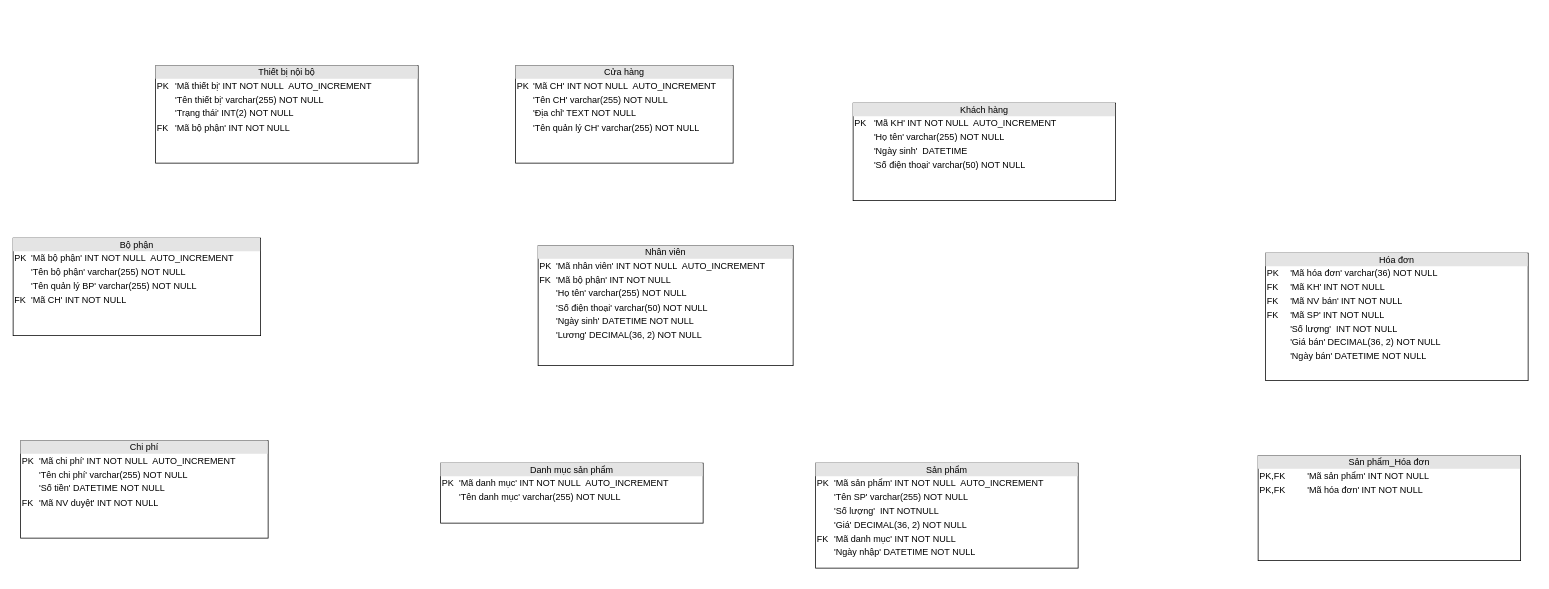
Above: Bieu do du lieu muc logic.drawio in NightFury712/Test (draw.io), before the change. Source tidied: cells renumbered, new cells numbered last; positions are measured from the earlier drawing's top-left corner, leaving out a move shared by most shapes. Both pictures are drawn from the tidied source at 75%, with x=0, y=0 at pixel (13, 65).
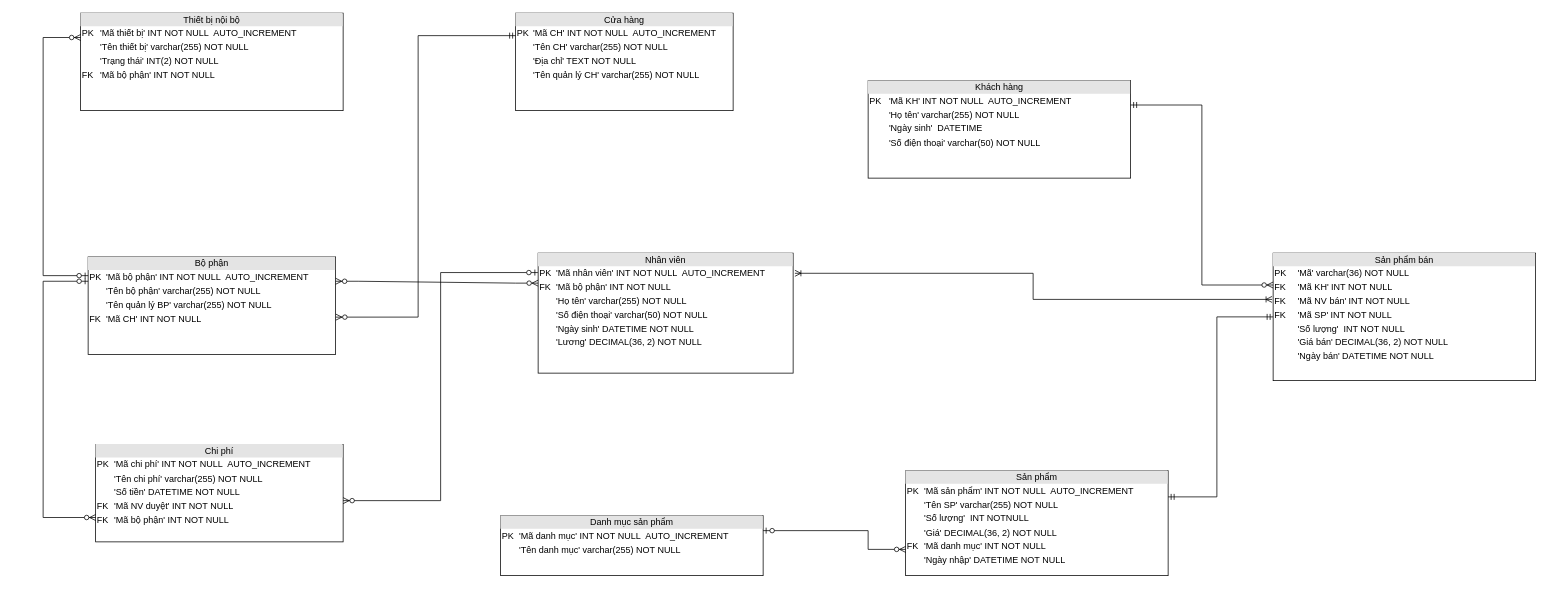
The same diagram, later.

Change to the diagram source:
```diff
@@
     <mxCell id="2" value="&lt;div style=&quot;text-align: center ; box-sizing: border-box ; width: 100% ; background: rgb(228 , 228 , 228) ; padding: 2px&quot;&gt;Thiết bị nội bộ&lt;/div&gt;&lt;table style=&quot;width: 100% ; font-size: 1em&quot; cellpadding=&quot;2&quot; cellspacing=&quot;0&quot;&gt;&lt;tbody&gt;&lt;tr&gt;&lt;td&gt;PK&lt;/td&gt;&lt;td&gt;'Mã thiết bị' INT NOT NULL&amp;nbsp; AUTO_INCREMENT&lt;/td&gt;&lt;/tr&gt;&lt;tr&gt;&lt;td&gt;&lt;span style=&quot;white-space: pre&quot;&gt; &lt;/span&gt;&lt;br&gt;&lt;/td&gt;&lt;td&gt;'Tên thiết bị' varchar(255) NOT NULL&lt;/td&gt;&lt;/tr&gt;&lt;tr&gt;&lt;td&gt;&lt;br&gt;&lt;/td&gt;&lt;td&gt;'Trạng thái' INT(2) NOT NULL&lt;br&gt;&lt;/td&gt;&lt;/tr&gt;&lt;tr&gt;&lt;td&gt;FK&lt;/td&gt;&lt;td&gt;'Mã bộ phận' INT NOT NULL&lt;/td&gt;&lt;/tr&gt;&lt;/tbody&gt;&lt;/table&gt;" style="verticalAlign=top;align=left;overflow=fill;html=1;strokeColor=default;" parent="1" vertex="1">
-      <mxGeometry x="190" width="350" height="130" as="geometry" />
+      <mxGeometry x="90" y="-70" width="350" height="130" as="geometry" />
     </mxCell>
     <mxCell id="3" value="&lt;div style=&quot;text-align: center ; box-sizing: border-box ; width: 100% ; background: rgb(228 , 228 , 228) ; padding: 2px&quot;&gt;Cửa hàng&lt;/div&gt;&lt;table style=&quot;width: 100% ; font-size: 1em&quot; cellpadding=&quot;2&quot; cellspacing=&quot;0&quot;&gt;&lt;tbody&gt;&lt;tr&gt;&lt;td&gt;PK&lt;/td&gt;&lt;td&gt;'Mã CH' INT NOT NULL&amp;nbsp; AUTO_INCREMENT&lt;/td&gt;&lt;/tr&gt;&lt;tr&gt;&lt;td&gt;&lt;span style=&quot;white-space: pre&quot;&gt; &lt;/span&gt;&lt;br&gt;&lt;/td&gt;&lt;td&gt;'Tên CH' varchar(255) NOT NULL&amp;nbsp;&lt;/td&gt;&lt;/tr&gt;&lt;tr&gt;&lt;td&gt;&lt;br&gt;&lt;/td&gt;&lt;td&gt;'Địa chỉ' TEXT NOT NULL&lt;br&gt;&lt;/td&gt;&lt;/tr&gt;&lt;tr&gt;&lt;td&gt;&lt;br&gt;&lt;/td&gt;&lt;td&gt;'Tên quản lý CH' varchar(255) NOT NULL&lt;/td&gt;&lt;/tr&gt;&lt;/tbody&gt;&lt;/table&gt;" style="verticalAlign=top;align=left;overflow=fill;html=1;strokeColor=default;" parent="1" vertex="1">
-      <mxGeometry x="670" width="290" height="130" as="geometry" />
+      <mxGeometry x="670" y="-70" width="290" height="130" as="geometry" />
     </mxCell>
     <mxCell id="4" value="&lt;div style=&quot;text-align: center ; box-sizing: border-box ; width: 100% ; background: rgb(228 , 228 , 228) ; padding: 2px&quot;&gt;Khách hàng&lt;/div&gt;&lt;table style=&quot;width: 100% ; font-size: 1em&quot; cellpadding=&quot;2&quot; cellspacing=&quot;0&quot;&gt;&lt;tbody&gt;&lt;tr&gt;&lt;td&gt;PK&lt;/td&gt;&lt;td&gt;'Mã KH' INT NOT NULL&amp;nbsp; AUTO_INCREMENT&lt;/td&gt;&lt;/tr&gt;&lt;tr&gt;&lt;td&gt;&lt;span style=&quot;white-space: pre&quot;&gt; &lt;/span&gt;&lt;br&gt;&lt;/td&gt;&lt;td&gt;'Họ tên' varchar(255) NOT NULL&amp;nbsp;&lt;/td&gt;&lt;/tr&gt;&lt;tr&gt;&lt;td&gt;&lt;br&gt;&lt;/td&gt;&lt;td&gt;'Ngày sinh'&amp;nbsp; DATETIME&lt;br&gt;&lt;/td&gt;&lt;/tr&gt;&lt;tr&gt;&lt;td&gt;&lt;br&gt;&lt;/td&gt;&lt;td&gt;'Số điện thoại' varchar(50) NOT NULL&lt;/td&gt;&lt;/tr&gt;&lt;/tbody&gt;&lt;/table&gt;" style="verticalAlign=top;align=left;overflow=fill;html=1;strokeColor=default;" parent="1" vertex="1">
-      <mxGeometry x="1120" y="50" width="350" height="130" as="geometry" />
+      <mxGeometry x="1140" y="20" width="350" height="130" as="geometry" />
     </mxCell>
     <mxCell id="5" value="&lt;div style=&quot;text-align: center ; box-sizing: border-box ; width: 100% ; background: rgb(228 , 228 , 228) ; padding: 2px&quot;&gt;Bộ phận&lt;/div&gt;&lt;table style=&quot;width: 100% ; font-size: 1em&quot; cellpadding=&quot;2&quot; cellspacing=&quot;0&quot;&gt;&lt;tbody&gt;&lt;tr&gt;&lt;td&gt;PK&lt;/td&gt;&lt;td&gt;'Mã bộ phận' INT NOT NULL&amp;nbsp; AUTO_INCREMENT&lt;/td&gt;&lt;/tr&gt;&lt;tr&gt;&lt;td&gt;&lt;span style=&quot;white-space: pre&quot;&gt; &lt;/span&gt;&lt;br&gt;&lt;/td&gt;&lt;td&gt;'Tên bộ phận' varchar(255) NOT NULL&amp;nbsp;&lt;/td&gt;&lt;/tr&gt;&lt;tr&gt;&lt;td&gt;&lt;br&gt;&lt;/td&gt;&lt;td&gt;'Tên quản lý BP' varchar(255) NOT NULL&lt;br&gt;&lt;/td&gt;&lt;/tr&gt;&lt;tr&gt;&lt;td&gt;FK&lt;/td&gt;&lt;td&gt;'Mã CH' INT NOT NULL&lt;/td&gt;&lt;/tr&gt;&lt;/tbody&gt;&lt;/table&gt;" style="verticalAlign=top;align=left;overflow=fill;html=1;strokeColor=default;" parent="1" vertex="1">
-      <mxGeometry y="230" width="330" height="130" as="geometry" />
+      <mxGeometry x="100" y="255" width="330" height="130" as="geometry" />
     </mxCell>
     <mxCell id="6" value="&lt;div style=&quot;text-align: center ; box-sizing: border-box ; width: 100% ; background: rgb(228 , 228 , 228) ; padding: 2px&quot;&gt;Nhân viên&lt;/div&gt;&lt;table style=&quot;width: 100% ; font-size: 1em&quot; cellpadding=&quot;2&quot; cellspacing=&quot;0&quot;&gt;&lt;tbody&gt;&lt;tr&gt;&lt;td&gt;PK&lt;/td&gt;&lt;td&gt;'Mã nhân viên' INT NOT NULL&amp;nbsp; AUTO_INCREMENT&lt;/td&gt;&lt;/tr&gt;&lt;tr&gt;&lt;td&gt;FK&lt;/td&gt;&lt;td&gt;'Mã bộ phận' INT NOT NULL&lt;/td&gt;&lt;/tr&gt;&lt;tr&gt;&lt;td&gt;&lt;span style=&quot;white-space: pre&quot;&gt; &lt;/span&gt;&lt;br&gt;&lt;/td&gt;&lt;td&gt;'Họ tên' varchar(255) NOT NULL&amp;nbsp;&lt;/td&gt;&lt;/tr&gt;&lt;tr&gt;&lt;td&gt;&lt;br&gt;&lt;/td&gt;&lt;td&gt;'Số điện thoại' varchar(50) NOT NULL&lt;br&gt;&lt;/td&gt;&lt;/tr&gt;&lt;tr&gt;&lt;td&gt;&lt;br&gt;&lt;/td&gt;&lt;td&gt;'Ngày sinh' DATETIME NOT NULL&lt;/td&gt;&lt;/tr&gt;&lt;tr&gt;&lt;td&gt;&lt;br&gt;&lt;/td&gt;&lt;td&gt;'Lương' DECIMAL(36, 2) NOT NULL&lt;/td&gt;&lt;/tr&gt;&lt;/tbody&gt;&lt;/table&gt;" style="verticalAlign=top;align=left;overflow=fill;html=1;strokeColor=default;" parent="1" vertex="1">
-      <mxGeometry x="700" y="240" width="340" height="160" as="geometry" />
+      <mxGeometry x="700" y="250" width="340" height="160" as="geometry" />
     </mxCell>
-    <mxCell id="7" value="&lt;div style=&quot;text-align: center ; box-sizing: border-box ; width: 100% ; background: rgb(228 , 228 , 228) ; padding: 2px&quot;&gt;Chi phí&lt;/div&gt;&lt;table style=&quot;width: 100% ; font-size: 1em&quot; cellpadding=&quot;2&quot; cellspacing=&quot;0&quot;&gt;&lt;tbody&gt;&lt;tr&gt;&lt;td&gt;PK&lt;/td&gt;&lt;td&gt;'Mã chi phí' INT NOT NULL&amp;nbsp; AUTO_INCREMENT&lt;/td&gt;&lt;/tr&gt;&lt;tr&gt;&lt;td&gt;&lt;span style=&quot;white-space: pre&quot;&gt; &lt;/span&gt;&lt;br&gt;&lt;/td&gt;&lt;td&gt;'Tên chi phí' varchar(255) NOT NULL&amp;nbsp;&lt;/td&gt;&lt;/tr&gt;&lt;tr&gt;&lt;td&gt;&lt;br&gt;&lt;/td&gt;&lt;td&gt;'Số tiền' DATETIME NOT NULL&lt;br&gt;&lt;/td&gt;&lt;/tr&gt;&lt;tr&gt;&lt;td&gt;FK&lt;/td&gt;&lt;td&gt;'Mã NV duyệt' INT NOT NULL&lt;/td&gt;&lt;/tr&gt;&lt;/tbody&gt;&lt;/table&gt;" style="verticalAlign=top;align=left;overflow=fill;html=1;strokeColor=default;" parent="1" vertex="1">
-      <mxGeometry x="10" y="500" width="330" height="130" as="geometry" />
+    <mxCell id="7" value="&lt;div style=&quot;text-align: center ; box-sizing: border-box ; width: 100% ; background: rgb(228 , 228 , 228) ; padding: 2px&quot;&gt;Chi phí&lt;/div&gt;&lt;table style=&quot;width: 100% ; font-size: 1em&quot; cellpadding=&quot;2&quot; cellspacing=&quot;0&quot;&gt;&lt;tbody&gt;&lt;tr&gt;&lt;td&gt;PK&lt;/td&gt;&lt;td&gt;'Mã chi phí' INT NOT NULL&amp;nbsp; AUTO_INCREMENT&lt;/td&gt;&lt;/tr&gt;&lt;tr&gt;&lt;td&gt;&lt;span style=&quot;white-space: pre&quot;&gt; &lt;/span&gt;&lt;br&gt;&lt;/td&gt;&lt;td&gt;'Tên chi phí' varchar(255) NOT NULL&amp;nbsp;&lt;/td&gt;&lt;/tr&gt;&lt;tr&gt;&lt;td&gt;&lt;br&gt;&lt;/td&gt;&lt;td&gt;'Số tiền' DATETIME NOT NULL&lt;br&gt;&lt;/td&gt;&lt;/tr&gt;&lt;tr&gt;&lt;td&gt;FK&lt;/td&gt;&lt;td&gt;'Mã NV duyệt' INT NOT NULL&lt;/td&gt;&lt;/tr&gt;&lt;tr&gt;&lt;td&gt;FK&lt;/td&gt;&lt;td&gt;'Mã bộ phận' INT NOT NULL&lt;/td&gt;&lt;/tr&gt;&lt;/tbody&gt;&lt;/table&gt;" style="verticalAlign=top;align=left;overflow=fill;html=1;strokeColor=default;" parent="1" vertex="1">
+      <mxGeometry x="110" y="505" width="330" height="130" as="geometry" />
     </mxCell>
     <mxCell id="8" value="&lt;div style=&quot;text-align: center ; box-sizing: border-box ; width: 100% ; background: rgb(228 , 228 , 228) ; padding: 2px&quot;&gt;Sản phẩm&lt;/div&gt;&lt;table style=&quot;width: 100% ; font-size: 1em&quot; cellpadding=&quot;2&quot; cellspacing=&quot;0&quot;&gt;&lt;tbody&gt;&lt;tr&gt;&lt;td&gt;PK&lt;/td&gt;&lt;td&gt;'Mã sản phẩm' INT NOT NULL&amp;nbsp; AUTO_INCREMENT&lt;/td&gt;&lt;/tr&gt;&lt;tr&gt;&lt;td&gt;&lt;span&gt; &lt;/span&gt;&lt;br&gt;&lt;/td&gt;&lt;td&gt;'Tên SP' varchar(255) NOT NULL&amp;nbsp;&lt;/td&gt;&lt;/tr&gt;&lt;tr&gt;&lt;td&gt;&lt;br&gt;&lt;/td&gt;&lt;td&gt;'Số lượng'&amp;nbsp; INT NOTNULL&lt;br&gt;&lt;/td&gt;&lt;/tr&gt;&lt;tr&gt;&lt;td&gt;&lt;br&gt;&lt;/td&gt;&lt;td&gt;'Giá' DECIMAL(36, 2) NOT NULL&lt;/td&gt;&lt;/tr&gt;&lt;tr&gt;&lt;td&gt;FK&lt;/td&gt;&lt;td&gt;'Mã danh mục' INT NOT NULL&lt;/td&gt;&lt;/tr&gt;&lt;tr&gt;&lt;td&gt;&lt;br&gt;&lt;/td&gt;&lt;td&gt;'Ngày nhập' DATETIME NOT NULL&lt;/td&gt;&lt;/tr&gt;&lt;/tbody&gt;&lt;/table&gt;" style="verticalAlign=top;align=left;overflow=fill;html=1;strokeColor=default;" parent="1" vertex="1">
-      <mxGeometry x="1070" y="530" width="350" height="140" as="geometry" />
+      <mxGeometry x="1190" y="540" width="350" height="140" as="geometry" />
     </mxCell>
     <mxCell id="9" value="&lt;div style=&quot;text-align: center ; box-sizing: border-box ; width: 100% ; background: rgb(228 , 228 , 228) ; padding: 2px&quot;&gt;Danh mục sản phẩm&lt;/div&gt;&lt;table style=&quot;width: 100% ; font-size: 1em&quot; cellpadding=&quot;2&quot; cellspacing=&quot;0&quot;&gt;&lt;tbody&gt;&lt;tr&gt;&lt;td&gt;PK&lt;/td&gt;&lt;td&gt;'Mã danh mục' INT NOT NULL&amp;nbsp; AUTO_INCREMENT&lt;/td&gt;&lt;/tr&gt;&lt;tr&gt;&lt;td&gt;&lt;span style=&quot;white-space: pre&quot;&gt; &lt;/span&gt;&lt;br&gt;&lt;/td&gt;&lt;td&gt;'Tên danh mục' varchar(255) NOT NULL&amp;nbsp;&lt;/td&gt;&lt;/tr&gt;&lt;/tbody&gt;&lt;/table&gt;" style="verticalAlign=top;align=left;overflow=fill;html=1;strokeColor=default;" parent="1" vertex="1">
-      <mxGeometry x="570" y="530" width="350" height="80" as="geometry" />
+      <mxGeometry x="650" y="600" width="350" height="80" as="geometry" />
     </mxCell>
-    <mxCell id="10" value="&lt;div style=&quot;text-align: center ; box-sizing: border-box ; width: 100% ; background: rgb(228 , 228 , 228) ; padding: 2px&quot;&gt;Hóa đơn&lt;/div&gt;&lt;table style=&quot;width: 100% ; font-size: 1em&quot; cellpadding=&quot;2&quot; cellspacing=&quot;0&quot;&gt;&lt;tbody&gt;&lt;tr&gt;&lt;td&gt;PK&lt;/td&gt;&lt;td&gt;'Mã hóa đơn' varchar(36) NOT NULL&amp;nbsp;&lt;/td&gt;&lt;/tr&gt;&lt;tr&gt;&lt;td&gt;FK&lt;/td&gt;&lt;td&gt;'Mã KH' INT NOT NULL&lt;/td&gt;&lt;/tr&gt;&lt;tr&gt;&lt;td&gt;FK&lt;/td&gt;&lt;td&gt;'Mã NV bán' INT NOT NULL&lt;/td&gt;&lt;/tr&gt;&lt;tr&gt;&lt;td&gt;FK&lt;/td&gt;&lt;td&gt;'Mã SP' INT NOT NULL&lt;/td&gt;&lt;/tr&gt;&lt;tr&gt;&lt;td&gt;&lt;br&gt;&lt;/td&gt;&lt;td&gt;'Số lượng'&amp;nbsp; INT NOT NULL&lt;br&gt;&lt;/td&gt;&lt;/tr&gt;&lt;tr&gt;&lt;td&gt;&lt;br&gt;&lt;/td&gt;&lt;td&gt;'Giá bán' DECIMAL(36, 2) NOT NULL&lt;/td&gt;&lt;/tr&gt;&lt;tr&gt;&lt;td&gt;&lt;br&gt;&lt;/td&gt;&lt;td&gt;'Ngày bán' DATETIME NOT NULL&lt;/td&gt;&lt;/tr&gt;&lt;/tbody&gt;&lt;/table&gt;" style="verticalAlign=top;align=left;overflow=fill;html=1;strokeColor=default;" parent="1" vertex="1">
-      <mxGeometry x="1670" y="250" width="350" height="170" as="geometry" />
+    <mxCell id="10" value="&lt;div style=&quot;text-align: center ; box-sizing: border-box ; width: 100% ; background: rgb(228 , 228 , 228) ; padding: 2px&quot;&gt;Sản phẩm bán&lt;/div&gt;&lt;table style=&quot;width: 100% ; font-size: 1em&quot; cellpadding=&quot;2&quot; cellspacing=&quot;0&quot;&gt;&lt;tbody&gt;&lt;tr&gt;&lt;td&gt;PK&lt;/td&gt;&lt;td&gt;'Mã' varchar(36) NOT NULL&amp;nbsp;&lt;/td&gt;&lt;/tr&gt;&lt;tr&gt;&lt;td&gt;FK&lt;/td&gt;&lt;td&gt;'Mã KH' INT NOT NULL&lt;/td&gt;&lt;/tr&gt;&lt;tr&gt;&lt;td&gt;FK&lt;/td&gt;&lt;td&gt;'Mã NV bán' INT NOT NULL&lt;/td&gt;&lt;/tr&gt;&lt;tr&gt;&lt;td&gt;FK&lt;/td&gt;&lt;td&gt;'Mã SP' INT NOT NULL&lt;/td&gt;&lt;/tr&gt;&lt;tr&gt;&lt;td&gt;&lt;br&gt;&lt;/td&gt;&lt;td&gt;'Số lượng'&amp;nbsp; INT NOT NULL&lt;br&gt;&lt;/td&gt;&lt;/tr&gt;&lt;tr&gt;&lt;td&gt;&lt;br&gt;&lt;/td&gt;&lt;td&gt;'Giá bán' DECIMAL(36, 2) NOT NULL&lt;/td&gt;&lt;/tr&gt;&lt;tr&gt;&lt;td&gt;&lt;br&gt;&lt;/td&gt;&lt;td&gt;'Ngày bán' DATETIME NOT NULL&lt;/td&gt;&lt;/tr&gt;&lt;/tbody&gt;&lt;/table&gt;" style="verticalAlign=top;align=left;overflow=fill;html=1;strokeColor=default;" parent="1" vertex="1">
+      <mxGeometry x="1680" y="250" width="350" height="170" as="geometry" />
     </mxCell>
-    <mxCell id="11" value="&lt;div style=&quot;text-align: center ; box-sizing: border-box ; width: 100% ; background: rgb(228 , 228 , 228) ; padding: 2px&quot;&gt;Sản phẩm_Hóa đơn&lt;/div&gt;&lt;table style=&quot;width: 100% ; font-size: 1em&quot; cellpadding=&quot;2&quot; cellspacing=&quot;0&quot;&gt;&lt;tbody&gt;&lt;tr&gt;&lt;td&gt;PK,FK&lt;/td&gt;&lt;td&gt;'Mã sản phẩm' INT NOT NULL&amp;nbsp;&amp;nbsp;&lt;/td&gt;&lt;/tr&gt;&lt;tr&gt;&lt;td&gt;PK,FK&lt;/td&gt;&lt;td&gt;'Mã hóa đơn' INT NOT NULL&lt;/td&gt;&lt;/tr&gt;&lt;/tbody&gt;&lt;/table&gt;" style="verticalAlign=top;align=left;overflow=fill;html=1;strokeColor=default;" parent="1" vertex="1">
-      <mxGeometry x="1660" y="520" width="350" height="140" as="geometry" />
-    </mxCell>
+    <mxCell id="12" style="edgeStyle=orthogonalEdgeStyle;fontSize=12;html=1;endArrow=ERzeroToMany;startArrow=ERzeroToOne;rounded=0;entryX=0;entryY=0.25;entryDx=0;entryDy=0;" parent="1" edge="1" target="2">
+      <mxGeometry relative="1" as="geometry">
+        <mxPoint x="100" y="280" as="sourcePoint" />
+        <Array as="points">
+          <mxPoint x="40" y="280" />
+          <mxPoint x="40" y="-37" />
+        </Array>
+      </mxGeometry>
+    </mxCell>
+    <mxCell id="13" style="edgeStyle=orthogonalEdgeStyle;fontSize=12;html=1;endArrow=ERzeroToMany;startArrow=ERzeroToOne;rounded=0;exitX=0;exitY=0.25;exitDx=0;exitDy=0;entryX=0;entryY=0.75;entryDx=0;entryDy=0;" parent="1" edge="1" source="5" target="7">
+      <mxGeometry relative="1" as="geometry">
+        <Array as="points">
+          <mxPoint x="40" y="288" />
+          <mxPoint x="40" y="603" />
+        </Array>
+      </mxGeometry>
+    </mxCell>
+    <mxCell id="14" style="edgeStyle=orthogonalEdgeStyle;fontSize=12;html=1;endArrow=ERzeroToMany;startArrow=ERmandOne;rounded=0;entryX=1.001;entryY=0.618;entryDx=0;entryDy=0;entryPerimeter=0;" parent="1" edge="1" target="5">
+      <mxGeometry relative="1" as="geometry">
+        <mxPoint x="670" y="-40" as="sourcePoint" />
+        <Array as="points">
+          <mxPoint x="670" y="-40" />
+          <mxPoint x="540" y="-40" />
+          <mxPoint x="540" y="335" />
+        </Array>
+      </mxGeometry>
+    </mxCell>
+    <mxCell id="15" style="edgeStyle=entityRelationEdgeStyle;fontSize=12;html=1;endArrow=ERzeroToMany;endFill=1;startArrow=ERzeroToMany;rounded=0;exitX=1;exitY=0.25;exitDx=0;exitDy=0;entryX=0;entryY=0.25;entryDx=0;entryDy=0;" parent="1" edge="1" source="5" target="6">
+      <mxGeometry relative="1" as="geometry" />
+    </mxCell>
+    <mxCell id="16" style="edgeStyle=orthogonalEdgeStyle;fontSize=12;html=1;endArrow=ERzeroToMany;startArrow=ERzeroToOne;rounded=0;exitX=-0.001;exitY=0.162;exitDx=0;exitDy=0;exitPerimeter=0;" parent="1" edge="1" source="6" target="7">
+      <mxGeometry relative="1" as="geometry">
+        <Array as="points">
+          <mxPoint x="570" y="276" />
+          <mxPoint x="570" y="580" />
+        </Array>
+      </mxGeometry>
+    </mxCell>
+    <mxCell id="17" style="edgeStyle=orthogonalEdgeStyle;fontSize=12;html=1;endArrow=ERzeroToMany;startArrow=ERmandOne;rounded=0;exitX=1;exitY=0.25;exitDx=0;exitDy=0;entryX=0;entryY=0.25;entryDx=0;entryDy=0;" parent="1" edge="1" source="4" target="10">
+      <mxGeometry relative="1" as="geometry" />
+    </mxCell>
+    <mxCell id="18" style="edgeStyle=orthogonalEdgeStyle;fontSize=12;html=1;endArrow=ERmandOne;startArrow=ERmandOne;rounded=0;exitX=1;exitY=0.25;exitDx=0;exitDy=0;entryX=0;entryY=0.5;entryDx=0;entryDy=0;" parent="1" edge="1" source="8" target="10">
+      <mxGeometry relative="1" as="geometry">
+        <Array as="points">
+          <mxPoint x="1605" y="575" />
+          <mxPoint x="1605" y="335" />
+        </Array>
+      </mxGeometry>
+    </mxCell>
+    <mxCell id="19" style="edgeStyle=orthogonalEdgeStyle;fontSize=12;html=1;endArrow=ERoneToMany;startArrow=ERoneToMany;rounded=0;exitX=1.007;exitY=0.168;exitDx=0;exitDy=0;exitPerimeter=0;entryX=-0.004;entryY=0.363;entryDx=0;entryDy=0;entryPerimeter=0;" parent="1" edge="1" source="6" target="10">
+      <mxGeometry relative="1" as="geometry" />
+    </mxCell>
+    <mxCell id="20" style="edgeStyle=orthogonalEdgeStyle;fontSize=12;html=1;endArrow=ERzeroToMany;startArrow=ERzeroToOne;rounded=0;entryX=0;entryY=0.75;entryDx=0;entryDy=0;exitX=1;exitY=0.25;exitDx=0;exitDy=0;" parent="1" edge="1" source="9" target="8">
+      <mxGeometry relative="1" as="geometry">
+        <Array as="points">
+          <mxPoint x="1140" y="620" />
+          <mxPoint x="1140" y="645" />
+        </Array>
+      </mxGeometry>
+    </mxCell>
```
